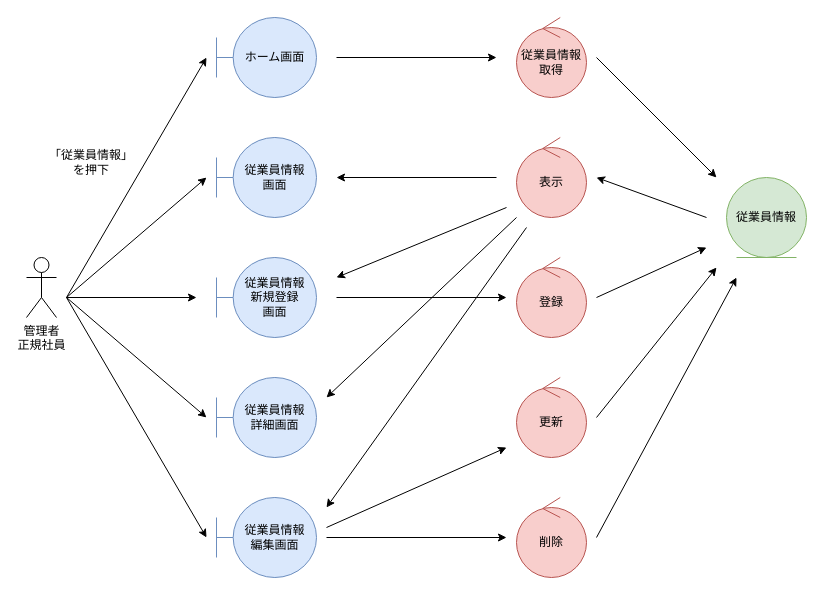
Above: page "従業員情報管理" (1 of 7) of 各種設計書/3ロバストネス図/人事管理/従業員情報管理.drawio in HaruShim/Sotuken (draw.io), before the change. Source tidied: cells renumbered, new cells numbered last; positions are measured from the earlier drawing's top-left corner, leaving out a move shared by most shapes. Both pictures are drawn from the tidied source at 100%, with x=0, y=0 at pixel (26, 17).
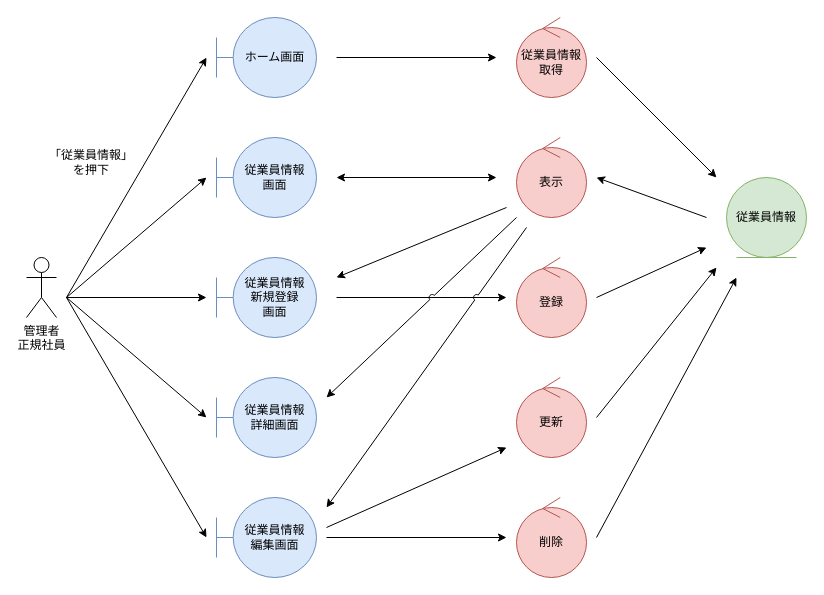
The same page after the edit.

Diff of the diagram source:
```diff
@@
-    <mxCell id="16" style="endArrow=classic;html=1;rounded=0;" parent="1" edge="1">
-      <mxGeometry relative="1" as="geometry">
-        <mxPoint x="470" y="160" as="sourcePoint" />
-        <mxPoint x="310" y="160" as="targetPoint" />
-      </mxGeometry>
-    </mxCell>
@@
-    <mxCell id="18" style="endArrow=classic;html=1;rounded=0;" parent="1" edge="1">
+    <mxCell id="18" style="endArrow=classic;html=1;rounded=0;jumpStyle=arc;" parent="1" edge="1">
       <mxGeometry relative="1" as="geometry">
         <mxPoint x="310" y="280" as="sourcePoint" />
         <mxPoint x="480" y="280" as="targetPoint" />
       </mxGeometry>
     </mxCell>
@@
-    <mxCell id="20" style="endArrow=classic;html=1;rounded=0;" parent="1" edge="1">
+    <mxCell id="20" style="endArrow=classic;html=1;rounded=0;jumpStyle=arc;" parent="1" edge="1">
       <mxGeometry relative="1" as="geometry">
         <mxPoint x="490" y="200" as="sourcePoint" />
         <mxPoint x="300" y="380" as="targetPoint" />
       </mxGeometry>
     </mxCell>
@@
-    <mxCell id="22" style="endArrow=classic;html=1;rounded=0;" parent="1" edge="1">
+    <mxCell id="22" style="endArrow=classic;html=1;rounded=0;jumpStyle=arc;" parent="1" edge="1">
       <mxGeometry relative="1" as="geometry">
         <mxPoint x="500" y="210" as="sourcePoint" />
         <mxPoint x="300" y="490" as="targetPoint" />
       </mxGeometry>
     </mxCell>
@@
     <mxCell id="29" style="endArrow=classic;html=1;rounded=0;" parent="1" edge="1">
       <mxGeometry relative="1" as="geometry">
         <mxPoint x="40" y="280" as="sourcePoint" />
-        <mxPoint x="170" y="280" as="targetPoint" />
+        <mxPoint x="180" y="280" as="targetPoint" />
       </mxGeometry>
     </mxCell>
@@
+    <mxCell id="33" style="endArrow=classic;startArrow=classic;html=1;rounded=0;" parent="1" edge="1">
+      <mxGeometry relative="1" as="geometry">
+        <mxPoint x="310" y="160" as="sourcePoint" />
+        <mxPoint x="470" y="160" as="targetPoint" />
+      </mxGeometry>
+    </mxCell>
```
